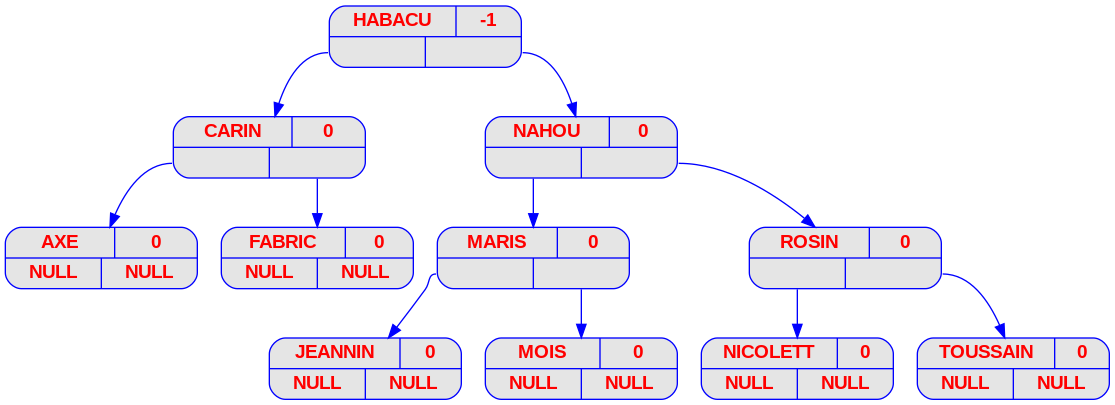
This is ex1/img/png/prenoms_v10.png from danilorodrigues128/FilRougeAAP, a Graphviz export, as it was before one commit. Its source is kept beside it as ex1/img/dot/prenoms_v10.dot. Its diagram source:
```dot
digraph prenoms {
	node [
		fontname  = "Arial bold"
		fontsize  = "14"
		fontcolor = "red"
		style     = "rounded, filled"
		shape     = "record"
		fillcolor = "grey90"
		color     = "blue"
		width     = "2"
	]

	edge [
		color     = "blue"
	]

	HABACU [label = "{{<c> HABACU | <b> -1} | { <g> | <d>}}"];
	HABACU:g -> CARIN;
	CARIN [label = "{{<c> CARIN | <b> 0} | { <g> | <d>}}"];
	CARIN:g -> AXE;
	AXE [label = "{{<c> AXE | <b> 0} | { <g> | <d>}}"];
	AXE [label = "{{<c> AXE | <b> 0} | { <g> NULL | <d> NULL}}"];
	CARIN:d -> FABRIC;
	FABRIC [label = "{{<c> FABRIC | <b> 0} | { <g> | <d>}}"];
	FABRIC [label = "{{<c> FABRIC | <b> 0} | { <g> NULL | <d> NULL}}"];
	HABACU:d -> NAHOU;
	NAHOU [label = "{{<c> NAHOU | <b> 0} | { <g> | <d>}}"];
	NAHOU:g -> MARIS;
	MARIS [label = "{{<c> MARIS | <b> 0} | { <g> | <d>}}"];
	MARIS:g -> JEANNIN;
	JEANNIN [label = "{{<c> JEANNIN | <b> 0} | { <g> | <d>}}"];
	JEANNIN [label = "{{<c> JEANNIN | <b> 0} | { <g> NULL | <d> NULL}}"];
	MARIS:d -> MOIS;
	MOIS [label = "{{<c> MOIS | <b> 0} | { <g> | <d>}}"];
	MOIS [label = "{{<c> MOIS | <b> 0} | { <g> NULL | <d> NULL}}"];
	NAHOU:d -> ROSIN;
	ROSIN [label = "{{<c> ROSIN | <b> 0} | { <g> | <d>}}"];
	ROSIN:g -> NICOLETT;
	NICOLETT [label = "{{<c> NICOLETT | <b> 0} | { <g> | <d>}}"];
	NICOLETT [label = "{{<c> NICOLETT | <b> 0} | { <g> NULL | <d> NULL}}"];
	ROSIN:d -> TOUSSAIN;
	TOUSSAIN [label = "{{<c> TOUSSAIN | <b> 0} | { <g> | <d>}}"];
	TOUSSAIN [label = "{{<c> TOUSSAIN | <b> 0} | { <g> NULL | <d> NULL}}"];
}
```
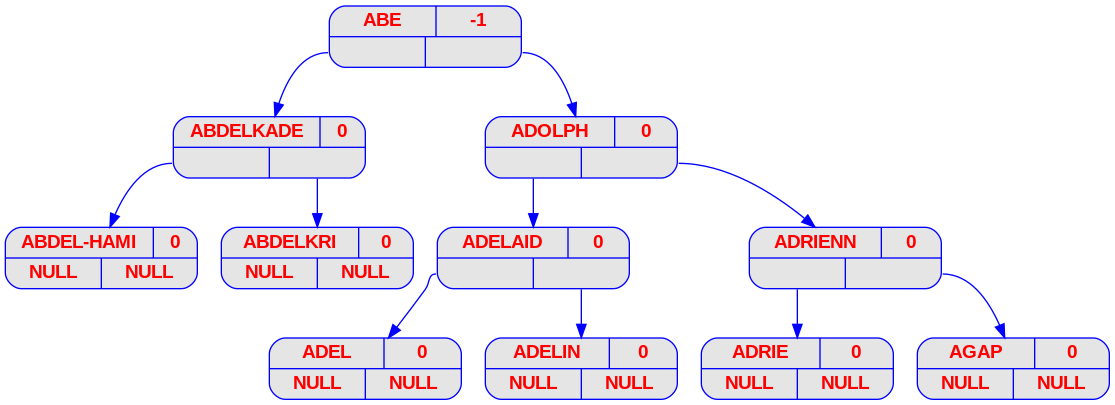
After the commit.

Diff of the diagram source:
```diff
@@ -14,31 +14,31 @@
 		color     = "blue"
 	]
 
-	HABACU [label = "{{<c> HABACU | <b> -1} | { <g> | <d>}}"];
-	HABACU:g -> CARIN;
-	CARIN [label = "{{<c> CARIN | <b> 0} | { <g> | <d>}}"];
-	CARIN:g -> AXE;
-	AXE [label = "{{<c> AXE | <b> 0} | { <g> | <d>}}"];
-	AXE [label = "{{<c> AXE | <b> 0} | { <g> NULL | <d> NULL}}"];
-	CARIN:d -> FABRIC;
-	FABRIC [label = "{{<c> FABRIC | <b> 0} | { <g> | <d>}}"];
-	FABRIC [label = "{{<c> FABRIC | <b> 0} | { <g> NULL | <d> NULL}}"];
-	HABACU:d -> NAHOU;
-	NAHOU [label = "{{<c> NAHOU | <b> 0} | { <g> | <d>}}"];
-	NAHOU:g -> MARIS;
-	MARIS [label = "{{<c> MARIS | <b> 0} | { <g> | <d>}}"];
-	MARIS:g -> JEANNIN;
-	JEANNIN [label = "{{<c> JEANNIN | <b> 0} | { <g> | <d>}}"];
-	JEANNIN [label = "{{<c> JEANNIN | <b> 0} | { <g> NULL | <d> NULL}}"];
-	MARIS:d -> MOIS;
-	MOIS [label = "{{<c> MOIS | <b> 0} | { <g> | <d>}}"];
-	MOIS [label = "{{<c> MOIS | <b> 0} | { <g> NULL | <d> NULL}}"];
-	NAHOU:d -> ROSIN;
-	ROSIN [label = "{{<c> ROSIN | <b> 0} | { <g> | <d>}}"];
-	ROSIN:g -> NICOLETT;
-	NICOLETT [label = "{{<c> NICOLETT | <b> 0} | { <g> | <d>}}"];
-	NICOLETT [label = "{{<c> NICOLETT | <b> 0} | { <g> NULL | <d> NULL}}"];
-	ROSIN:d -> TOUSSAIN;
-	TOUSSAIN [label = "{{<c> TOUSSAIN | <b> 0} | { <g> | <d>}}"];
-	TOUSSAIN [label = "{{<c> TOUSSAIN | <b> 0} | { <g> NULL | <d> NULL}}"];
+	"ABE" [label = "{{<c> ABE | <b> -1} | { <g> | <d>}}"];
+	"ABE":g -> "ABDELKADE";
+	"ABDELKADE" [label = "{{<c> ABDELKADE | <b> 0} | { <g> | <d>}}"];
+	"ABDELKADE":g -> "ABDEL-HAMI";
+	"ABDEL-HAMI" [label = "{{<c> ABDEL-HAMI | <b> 0} | { <g> | <d>}}"];
+	"ABDEL-HAMI" [label = "{{<c> ABDEL-HAMI | <b> 0} | { <g> NULL | <d> NULL}}"];
+	"ABDELKADE":d -> "ABDELKRI";
+	"ABDELKRI" [label = "{{<c> ABDELKRI | <b> 0} | { <g> | <d>}}"];
+	"ABDELKRI" [label = "{{<c> ABDELKRI | <b> 0} | { <g> NULL | <d> NULL}}"];
+	"ABE":d -> "ADOLPH";
+	"ADOLPH" [label = "{{<c> ADOLPH | <b> 0} | { <g> | <d>}}"];
+	"ADOLPH":g -> "ADELAID";
+	"ADELAID" [label = "{{<c> ADELAID | <b> 0} | { <g> | <d>}}"];
+	"ADELAID":g -> "ADEL";
+	"ADEL" [label = "{{<c> ADEL | <b> 0} | { <g> | <d>}}"];
+	"ADEL" [label = "{{<c> ADEL | <b> 0} | { <g> NULL | <d> NULL}}"];
+	"ADELAID":d -> "ADELIN";
+	"ADELIN" [label = "{{<c> ADELIN | <b> 0} | { <g> | <d>}}"];
+	"ADELIN" [label = "{{<c> ADELIN | <b> 0} | { <g> NULL | <d> NULL}}"];
+	"ADOLPH":d -> "ADRIENN";
+	"ADRIENN" [label = "{{<c> ADRIENN | <b> 0} | { <g> | <d>}}"];
+	"ADRIENN":g -> "ADRIE";
+	"ADRIE" [label = "{{<c> ADRIE | <b> 0} | { <g> | <d>}}"];
+	"ADRIE" [label = "{{<c> ADRIE | <b> 0} | { <g> NULL | <d> NULL}}"];
+	"ADRIENN":d -> "AGAP";
+	"AGAP" [label = "{{<c> AGAP | <b> 0} | { <g> | <d>}}"];
+	"AGAP" [label = "{{<c> AGAP | <b> 0} | { <g> NULL | <d> NULL}}"];
 }
```
